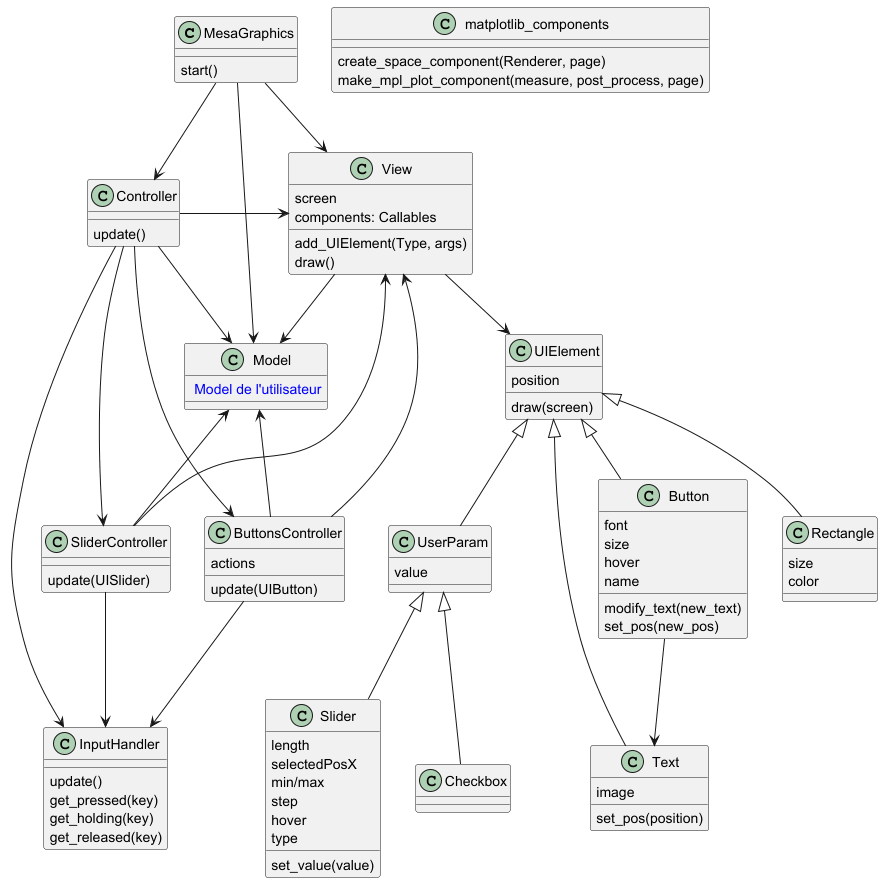
Above: doc/MesaGraphics.png in Erocr/mesa_graphics (PlantUML), before the change. The source it was exported from:
```plantuml
@startuml

class MesaGraphics
MesaGraphics : start()

class View
View : screen
View : components: Callables
View : add_UIElement(Type, args)
View : draw()

class Controller
Controller : update()

Controller -> View
Controller -> Model
View --> Model

MesaGraphics --> View
MesaGraphics --> Controller
MesaGraphics --> Model


class InputHandler
InputHandler : update()
InputHandler : get_pressed(key)
InputHandler : get_holding(key)
InputHandler : get_released(key)

Controller --> InputHandler

class ButtonsController
ButtonsController : actions
ButtonsController : update(UIButton)
Controller --> ButtonsController
View <-- ButtonsController
Model <-- ButtonsController
ButtonsController --> InputHandler


class SliderController
SliderController : update(UISlider)
Controller --> SliderController
View <-- SliderController
Model <-- SliderController
SliderController --> InputHandler


class Model
Model : <color:blue> Model de l'utilisateur



class UIElement
UIElement : position
UIElement : draw(screen)
View --> UIElement

class Rectangle
UIElement <|-- Rectangle
Rectangle : size
Rectangle : color

class Text
Text : image
Text : set_pos(position)
UIElement <|-- Text

class Button
Button : font
Button : size
Button : hover
Button : name
Button : modify_text(new_text)
Button : set_pos(new_pos)
UIElement <|-- Button
Button --> Text

class UserParam
UserParam : value
UIElement <|-- UserParam

class Slider
Slider : length
Slider : selectedPosX
Slider : min/max
Slider : step
Slider : hover
Slider : type
Slider : set_value(value)
UserParam <|-- Slider

class Checkbox
UserParam <|-- Checkbox


class matplotlib_components
matplotlib_components : create_space_component(Renderer, page)
matplotlib_components : make_mpl_plot_component(measure, post_process, page)

@enduml
```
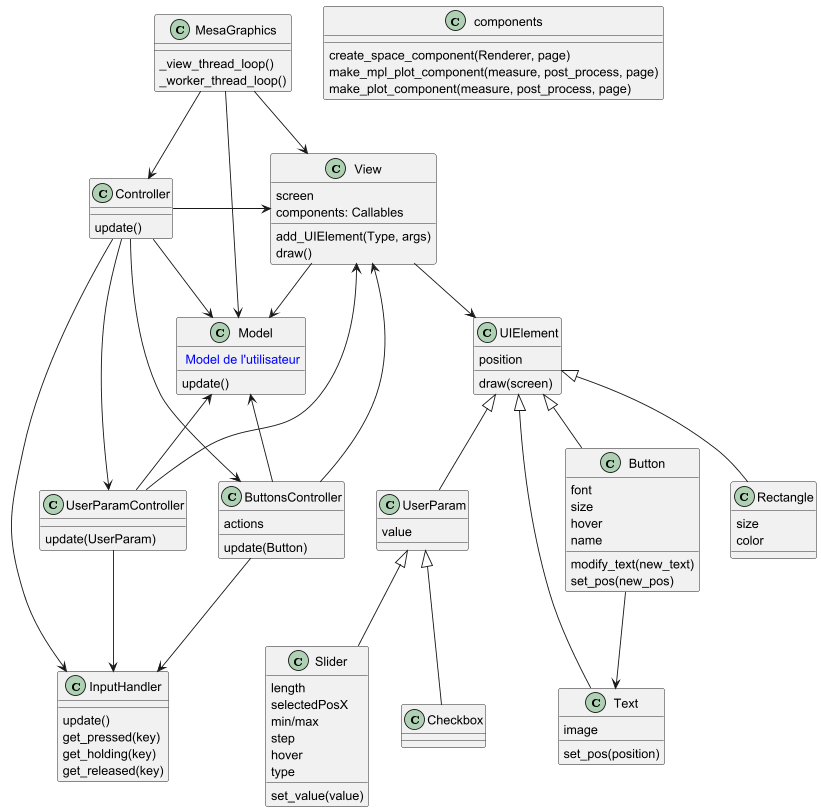
After the change.

Diff of the diagram source:
```diff
@@ -1,7 +1,8 @@
 @startuml
 
 class MesaGraphics
-MesaGraphics : start()
+MesaGraphics : _view_thread_loop()
+MesaGraphics : _worker_thread_loop()
 
 class View
 View : screen
@@ -31,23 +32,24 @@
 
 class ButtonsController
 ButtonsController : actions
-ButtonsController : update(UIButton)
+ButtonsController : update(Button)
 Controller --> ButtonsController
 View <-- ButtonsController
 Model <-- ButtonsController
 ButtonsController --> InputHandler
 
 
-class SliderController
-SliderController : update(UISlider)
-Controller --> SliderController
-View <-- SliderController
-Model <-- SliderController
-SliderController --> InputHandler
+class UserParamController
+UserParamController : update(UserParam)
+Controller --> UserParamController
+View <-- UserParamController
+Model <-- UserParamController
+UserParamController --> InputHandler
 
 
 class Model
 Model : <color:blue> Model de l'utilisateur
+Model : update()
 
 
 
@@ -94,8 +96,9 @@
 UserParam <|-- Checkbox
 
 
-class matplotlib_components
-matplotlib_components : create_space_component(Renderer, page)
-matplotlib_components : make_mpl_plot_component(measure, post_process, page)
+class components
+components : create_space_component(Renderer, page)
+components : make_mpl_plot_component(measure, post_process, page)
+components : make_plot_component(measure, post_process, page)
 
 @enduml
```
